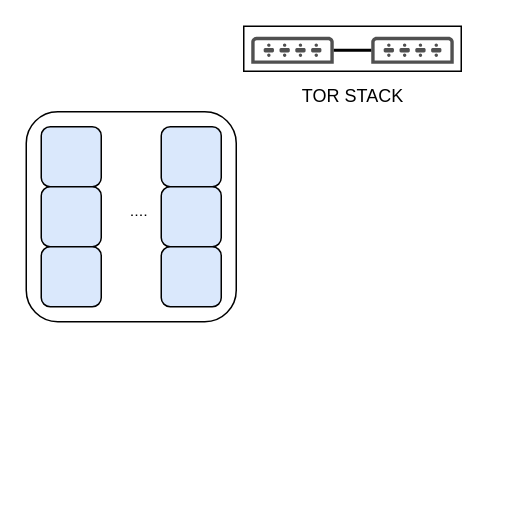
Above: Cloud architecture.drawio in sugchand/drawio (draw.io), before the change. Source tidied: cells renumbered, new cells numbered last; positions are measured from the earlier drawing's top-left corner, leaving out a move shared by most shapes. Both pictures are drawn from the tidied source at 150%, with x=0, y=0 at pixel (26, 26).
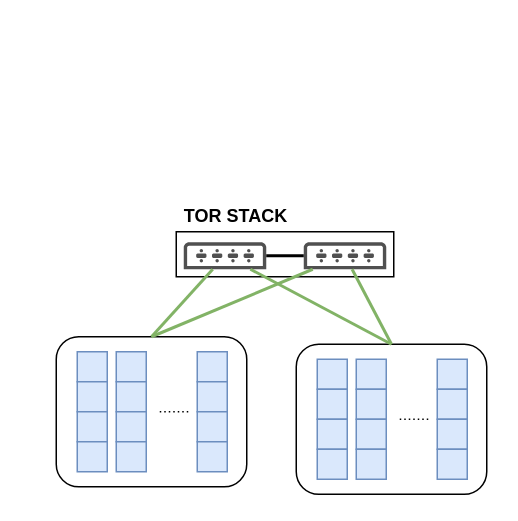
After the change.

The change refers to these unchanged cells:
```xml
<mxCell id="15" style="shadow=0;dashed=0;html=1;strokeColor=none;fillColor=#505050;labelPosition=center;verticalLabelPosition=bottom;verticalAlign=top;outlineConnect=0;align=center;shape=mxgraph.office.devices.switch;" parent="13" vertex="1">
  <mxGeometry x="5" y="7" width="55" height="18" as="geometry" />
</mxCell>
<mxCell id="16" style="shadow=0;dashed=0;html=1;strokeColor=none;fillColor=#505050;labelPosition=center;verticalLabelPosition=bottom;verticalAlign=top;outlineConnect=0;align=center;shape=mxgraph.office.devices.switch;" parent="13" vertex="1">
  <mxGeometry x="85" y="7" width="55" height="18" as="geometry" />
</mxCell>
```

The edit, as a diff of the source:
```diff
@@
-    <mxCell id="2" style="group;" parent="1" vertex="1">
-      <mxGeometry x="10" y="67" width="130" height="190" as="geometry" />
-    </mxCell>
-    <mxCell id="3" style="group;" parent="2" vertex="1">
-      <mxGeometry width="130" height="190" as="geometry" />
-    </mxCell>
-    <mxCell id="4" style="rounded=1;whiteSpace=wrap;html=1;strokeColor=#000000;" parent="3" vertex="1">
-      <mxGeometry x="-10" y="-10" width="140" height="140" as="geometry" />
-    </mxCell>
-    <mxCell id="5" style="rounded=1;whiteSpace=wrap;html=1;fillColor=#dae8fc;strokeColor=#000000;" parent="3" vertex="1">
-      <mxGeometry width="40" height="40" as="geometry" />
-    </mxCell>
-    <mxCell id="6" style="rounded=1;whiteSpace=wrap;html=1;fillColor=#dae8fc;strokeColor=#000000;" parent="3" vertex="1">
-      <mxGeometry y="40" width="40" height="40" as="geometry" />
-    </mxCell>
-    <mxCell id="7" style="rounded=1;whiteSpace=wrap;html=1;fillColor=#dae8fc;strokeColor=#000000;" parent="3" vertex="1">
-      <mxGeometry y="80" width="40" height="40" as="geometry" />
-    </mxCell>
-    <mxCell id="8" style="endArrow=none;dashed=1;html=1;dashPattern=1 2;" parent="3" edge="1">
-      <mxGeometry relative="1" as="geometry">
-        <mxPoint x="60" y="59" as="sourcePoint" />
-        <mxPoint x="70" y="59" as="targetPoint" />
-      </mxGeometry>
-    </mxCell>
-    <mxCell id="9" style="group;" parent="2" vertex="1">
-      <mxGeometry x="80" width="40" height="120" as="geometry" />
-    </mxCell>
-    <mxCell id="10" style="rounded=1;whiteSpace=wrap;html=1;fillColor=#dae8fc;strokeColor=#000000;" parent="9" vertex="1">
-      <mxGeometry width="40" height="40" as="geometry" />
-    </mxCell>
-    <mxCell id="11" style="rounded=1;whiteSpace=wrap;html=1;fillColor=#dae8fc;strokeColor=#000000;" parent="9" vertex="1">
-      <mxGeometry y="40" width="40" height="40" as="geometry" />
-    </mxCell>
-    <mxCell id="12" style="rounded=1;whiteSpace=wrap;html=1;fillColor=#dae8fc;strokeColor=#000000;" parent="9" vertex="1">
-      <mxGeometry y="80" width="40" height="40" as="geometry" />
-    </mxCell>
     <mxCell id="13" style="group;" parent="1" vertex="1">
-      <mxGeometry x="145" width="145" height="30" as="geometry" />
+      <mxGeometry x="100" y="137" width="145" height="30" as="geometry" />
     </mxCell>
@@
-    <mxCell id="18" value="TOR STACK" style="text;html=1;strokeColor=none;fillColor=none;align=center;verticalAlign=middle;whiteSpace=wrap;rounded=0;" parent="1" vertex="1">
-      <mxGeometry x="182.5" y="37" width="70" height="20" as="geometry" />
+    <mxCell id="18" value="&lt;b&gt;TOR STACK&lt;/b&gt;" style="text;html=1;strokeColor=none;fillColor=none;align=center;verticalAlign=middle;whiteSpace=wrap;rounded=0;" parent="1" vertex="1">
+      <mxGeometry x="100" y="117" width="80" height="20" as="geometry" />
     </mxCell>
+    <mxCell id="19" style="group;" parent="1" vertex="1">
+      <mxGeometry x="20" y="207" width="130" height="100" as="geometry" />
+    </mxCell>
+    <mxCell id="20" style="rounded=1;whiteSpace=wrap;html=1;strokeColor=#000000;" parent="19" vertex="1">
+      <mxGeometry width="127" height="100" as="geometry" />
+    </mxCell>
+    <mxCell id="21" style="group;" parent="19" vertex="1">
+      <mxGeometry x="14" y="10" width="116" height="90" as="geometry" />
+    </mxCell>
+    <mxCell id="22" style="group;" parent="21" vertex="1">
+      <mxGeometry width="20" height="80" as="geometry" />
+    </mxCell>
+    <mxCell id="23" style="whiteSpace=wrap;html=1;strokeColor=#6c8ebf;fillColor=#dae8fc;" parent="22" vertex="1">
+      <mxGeometry width="20" height="20" as="geometry" />
+    </mxCell>
+    <mxCell id="24" style="whiteSpace=wrap;html=1;strokeColor=#6c8ebf;fillColor=#dae8fc;" parent="22" vertex="1">
+      <mxGeometry y="20" width="20" height="20" as="geometry" />
+    </mxCell>
+    <mxCell id="25" style="whiteSpace=wrap;html=1;strokeColor=#6c8ebf;fillColor=#dae8fc;" parent="22" vertex="1">
+      <mxGeometry y="40" width="20" height="20" as="geometry" />
+    </mxCell>
+    <mxCell id="26" style="whiteSpace=wrap;html=1;strokeColor=#6c8ebf;fillColor=#dae8fc;" parent="22" vertex="1">
+      <mxGeometry y="60" width="20" height="20" as="geometry" />
+    </mxCell>
+    <mxCell id="27" style="group;" parent="21" vertex="1">
+      <mxGeometry x="26" width="90" height="90" as="geometry" />
+    </mxCell>
+    <mxCell id="28" style="whiteSpace=wrap;html=1;strokeColor=#6c8ebf;fillColor=#dae8fc;" parent="27" vertex="1">
+      <mxGeometry width="20" height="20" as="geometry" />
+    </mxCell>
+    <mxCell id="29" style="whiteSpace=wrap;html=1;strokeColor=#6c8ebf;fillColor=#dae8fc;" parent="27" vertex="1">
+      <mxGeometry y="20" width="20" height="20" as="geometry" />
+    </mxCell>
+    <mxCell id="30" style="whiteSpace=wrap;html=1;strokeColor=#6c8ebf;fillColor=#dae8fc;" parent="27" vertex="1">
+      <mxGeometry y="40" width="20" height="20" as="geometry" />
+    </mxCell>
+    <mxCell id="31" style="whiteSpace=wrap;html=1;strokeColor=#6c8ebf;fillColor=#dae8fc;" parent="27" vertex="1">
+      <mxGeometry y="60" width="20" height="20" as="geometry" />
+    </mxCell>
+    <mxCell id="32" style="endArrow=none;dashed=1;html=1;strokeWidth=1;dashPattern=1 2;" parent="21" edge="1">
+      <mxGeometry relative="1" as="geometry">
+        <mxPoint x="55" y="40" as="sourcePoint" />
+        <mxPoint x="75" y="40" as="targetPoint" />
+      </mxGeometry>
+    </mxCell>
+    <mxCell id="33" style="group;" parent="21" vertex="1">
+      <mxGeometry x="80" width="20" height="80" as="geometry" />
+    </mxCell>
+    <mxCell id="34" style="whiteSpace=wrap;html=1;strokeColor=#6c8ebf;fillColor=#dae8fc;" parent="33" vertex="1">
+      <mxGeometry width="20" height="20" as="geometry" />
+    </mxCell>
+    <mxCell id="35" style="whiteSpace=wrap;html=1;strokeColor=#6c8ebf;fillColor=#dae8fc;" parent="33" vertex="1">
+      <mxGeometry y="20" width="20" height="20" as="geometry" />
+    </mxCell>
+    <mxCell id="36" style="whiteSpace=wrap;html=1;strokeColor=#6c8ebf;fillColor=#dae8fc;" parent="33" vertex="1">
+      <mxGeometry y="40" width="20" height="20" as="geometry" />
+    </mxCell>
+    <mxCell id="37" style="whiteSpace=wrap;html=1;strokeColor=#6c8ebf;fillColor=#dae8fc;" parent="33" vertex="1">
+      <mxGeometry y="60" width="20" height="20" as="geometry" />
+    </mxCell>
+    <mxCell id="38" style="group;" parent="1" vertex="1">
+      <mxGeometry x="180" y="212" width="130" height="100" as="geometry" />
+    </mxCell>
+    <mxCell id="39" style="rounded=1;whiteSpace=wrap;html=1;strokeColor=#000000;" parent="38" vertex="1">
+      <mxGeometry width="127" height="100" as="geometry" />
+    </mxCell>
+    <mxCell id="40" style="group;" parent="38" vertex="1">
+      <mxGeometry x="14" y="10" width="116" height="90" as="geometry" />
+    </mxCell>
+    <mxCell id="41" style="group;" parent="40" vertex="1">
+      <mxGeometry width="20" height="80" as="geometry" />
+    </mxCell>
+    <mxCell id="42" style="whiteSpace=wrap;html=1;strokeColor=#6c8ebf;fillColor=#dae8fc;" parent="41" vertex="1">
+      <mxGeometry width="20" height="20" as="geometry" />
+    </mxCell>
+    <mxCell id="43" style="whiteSpace=wrap;html=1;strokeColor=#6c8ebf;fillColor=#dae8fc;" parent="41" vertex="1">
+      <mxGeometry y="20" width="20" height="20" as="geometry" />
+    </mxCell>
+    <mxCell id="44" style="whiteSpace=wrap;html=1;strokeColor=#6c8ebf;fillColor=#dae8fc;" parent="41" vertex="1">
+      <mxGeometry y="40" width="20" height="20" as="geometry" />
+    </mxCell>
+    <mxCell id="45" style="whiteSpace=wrap;html=1;strokeColor=#6c8ebf;fillColor=#dae8fc;" parent="41" vertex="1">
+      <mxGeometry y="60" width="20" height="20" as="geometry" />
+    </mxCell>
+    <mxCell id="46" style="group;" parent="40" vertex="1">
+      <mxGeometry x="26" width="90" height="90" as="geometry" />
+    </mxCell>
+    <mxCell id="47" style="whiteSpace=wrap;html=1;strokeColor=#6c8ebf;fillColor=#dae8fc;" parent="46" vertex="1">
+      <mxGeometry width="20" height="20" as="geometry" />
+    </mxCell>
+    <mxCell id="48" style="whiteSpace=wrap;html=1;strokeColor=#6c8ebf;fillColor=#dae8fc;" parent="46" vertex="1">
+      <mxGeometry y="20" width="20" height="20" as="geometry" />
+    </mxCell>
+    <mxCell id="49" style="whiteSpace=wrap;html=1;strokeColor=#6c8ebf;fillColor=#dae8fc;" parent="46" vertex="1">
+      <mxGeometry y="40" width="20" height="20" as="geometry" />
+    </mxCell>
+    <mxCell id="50" style="whiteSpace=wrap;html=1;strokeColor=#6c8ebf;fillColor=#dae8fc;" parent="46" vertex="1">
+      <mxGeometry y="60" width="20" height="20" as="geometry" />
+    </mxCell>
+    <mxCell id="51" style="endArrow=none;dashed=1;html=1;strokeWidth=1;dashPattern=1 2;" parent="40" edge="1">
+      <mxGeometry relative="1" as="geometry">
+        <mxPoint x="55" y="40" as="sourcePoint" />
+        <mxPoint x="75" y="40" as="targetPoint" />
+      </mxGeometry>
+    </mxCell>
+    <mxCell id="52" style="group;" parent="40" vertex="1">
+      <mxGeometry x="80" width="20" height="80" as="geometry" />
+    </mxCell>
+    <mxCell id="53" style="whiteSpace=wrap;html=1;strokeColor=#6c8ebf;fillColor=#dae8fc;" parent="52" vertex="1">
+      <mxGeometry width="20" height="20" as="geometry" />
+    </mxCell>
+    <mxCell id="54" style="whiteSpace=wrap;html=1;strokeColor=#6c8ebf;fillColor=#dae8fc;" parent="52" vertex="1">
+      <mxGeometry y="20" width="20" height="20" as="geometry" />
+    </mxCell>
+    <mxCell id="55" style="whiteSpace=wrap;html=1;strokeColor=#6c8ebf;fillColor=#dae8fc;" parent="52" vertex="1">
+      <mxGeometry y="40" width="20" height="20" as="geometry" />
+    </mxCell>
+    <mxCell id="56" style="whiteSpace=wrap;html=1;strokeColor=#6c8ebf;fillColor=#dae8fc;" parent="52" vertex="1">
+      <mxGeometry y="60" width="20" height="20" as="geometry" />
+    </mxCell>
+    <mxCell id="57" style="endArrow=none;html=1;strokeWidth=2;fillColor=#d5e8d4;strokeColor=#82b366;exitX=0.5;exitY=0;exitDx=0;exitDy=0;" parent="1" edge="1" source="20" target="15">
+      <mxGeometry relative="1" as="geometry" />
+    </mxCell>
+    <mxCell id="58" style="endArrow=none;html=1;strokeWidth=2;fillColor=#d5e8d4;strokeColor=#82b366;exitX=0.5;exitY=0;exitDx=0;exitDy=0;" parent="1" edge="1" source="20" target="16">
+      <mxGeometry relative="1" as="geometry" />
+    </mxCell>
+    <mxCell id="59" style="endArrow=none;html=1;strokeWidth=2;fillColor=#d5e8d4;strokeColor=#82b366;exitX=0.5;exitY=0;exitDx=0;exitDy=0;" parent="1" edge="1" source="39" target="15">
+      <mxGeometry relative="1" as="geometry" />
+    </mxCell>
+    <mxCell id="60" style="endArrow=none;html=1;strokeWidth=2;fillColor=#d5e8d4;strokeColor=#82b366;exitX=0.5;exitY=0;exitDx=0;exitDy=0;" parent="1" edge="1" source="39" target="16">
+      <mxGeometry relative="1" as="geometry" />
+    </mxCell>
```
